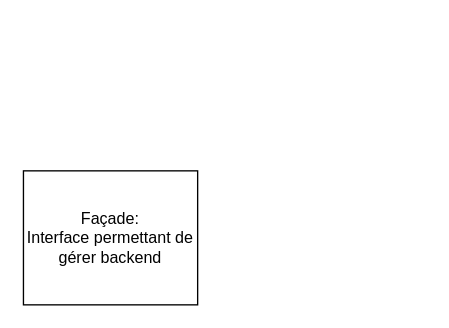
Earlier version of the draw.io diagram Untitled Diagram.drawio (hugoSN7/ProjetWeb). Source tidied: cells renumbered, new cells numbered last; positions are measured from the earlier drawing's top-left corner, leaving out a move shared by most shapes. Both pictures are drawn from the tidied source at 134%, with x=0, y=0 at pixel (23, 170).
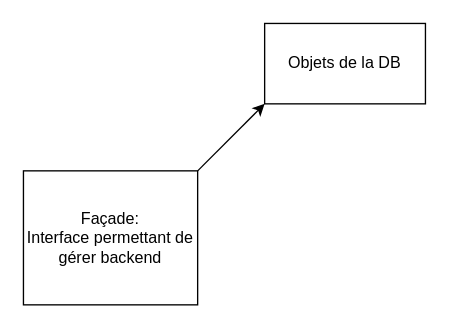
Above is the later version.

Commit message:
Architecture page web

Diff of the diagram source:
```diff
@@
 <mxGraphModel>
   <root>
     <mxCell id="0" />
     <mxCell id="1" parent="0" />
     <mxCell id="2" value="&lt;div&gt;Façade:&lt;/div&gt;&lt;div&gt;Interface permettant de gérer backend&lt;br&gt;&lt;/div&gt;" style="rounded=0;whiteSpace=wrap;html=1;fontFamily=Helvetica;" parent="1" vertex="1">
       <mxGeometry width="130" height="100" as="geometry" />
     </mxCell>
+    <mxCell id="3" style="endArrow=classic;html=1;rounded=0;strokeColor=#000000;" parent="1" edge="1">
+      <mxGeometry relative="1" as="geometry">
+        <mxPoint x="130" as="sourcePoint" />
+        <mxPoint x="180" y="-50" as="targetPoint" />
+      </mxGeometry>
+    </mxCell>
+    <mxCell id="4" value="Objets de la DB" style="rounded=0;whiteSpace=wrap;html=1;" parent="1" vertex="1">
+      <mxGeometry x="180" y="-110" width="120" height="60" as="geometry" />
+    </mxCell>
   </root>
 </mxGraphModel>
```
